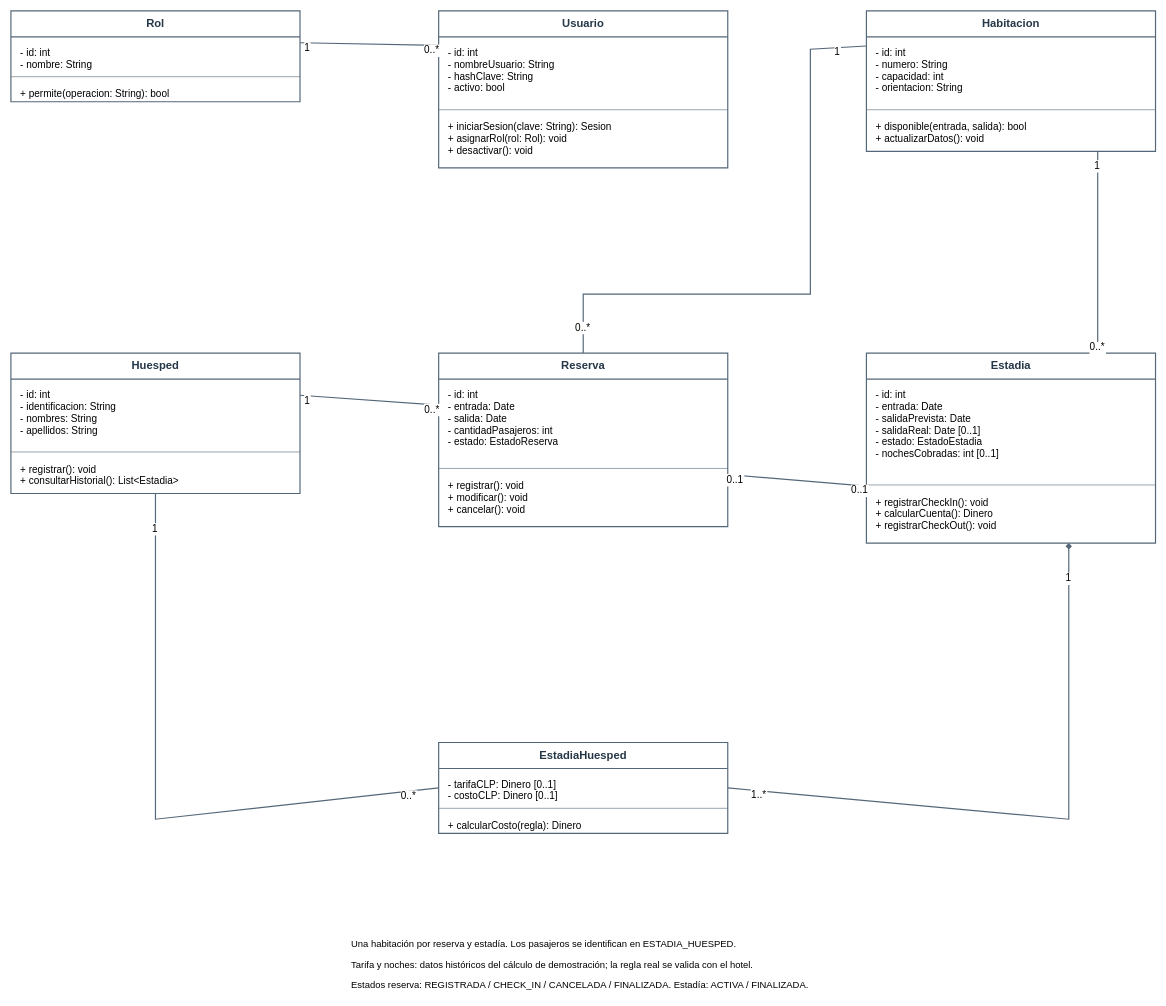
Yutre3/hotel-duerme-bien keeps this draw.io diagram as diagramas-editables/diagrama-de-clases.drawio. Above is the earlier version. Source tidied: cells renumbered, new cells numbered last; positions are measured from the earlier drawing's top-left corner, leaving out a move shared by most shapes. Both pictures are drawn from the tidied source at 59%, with x=0, y=0 at pixel (11, 11).
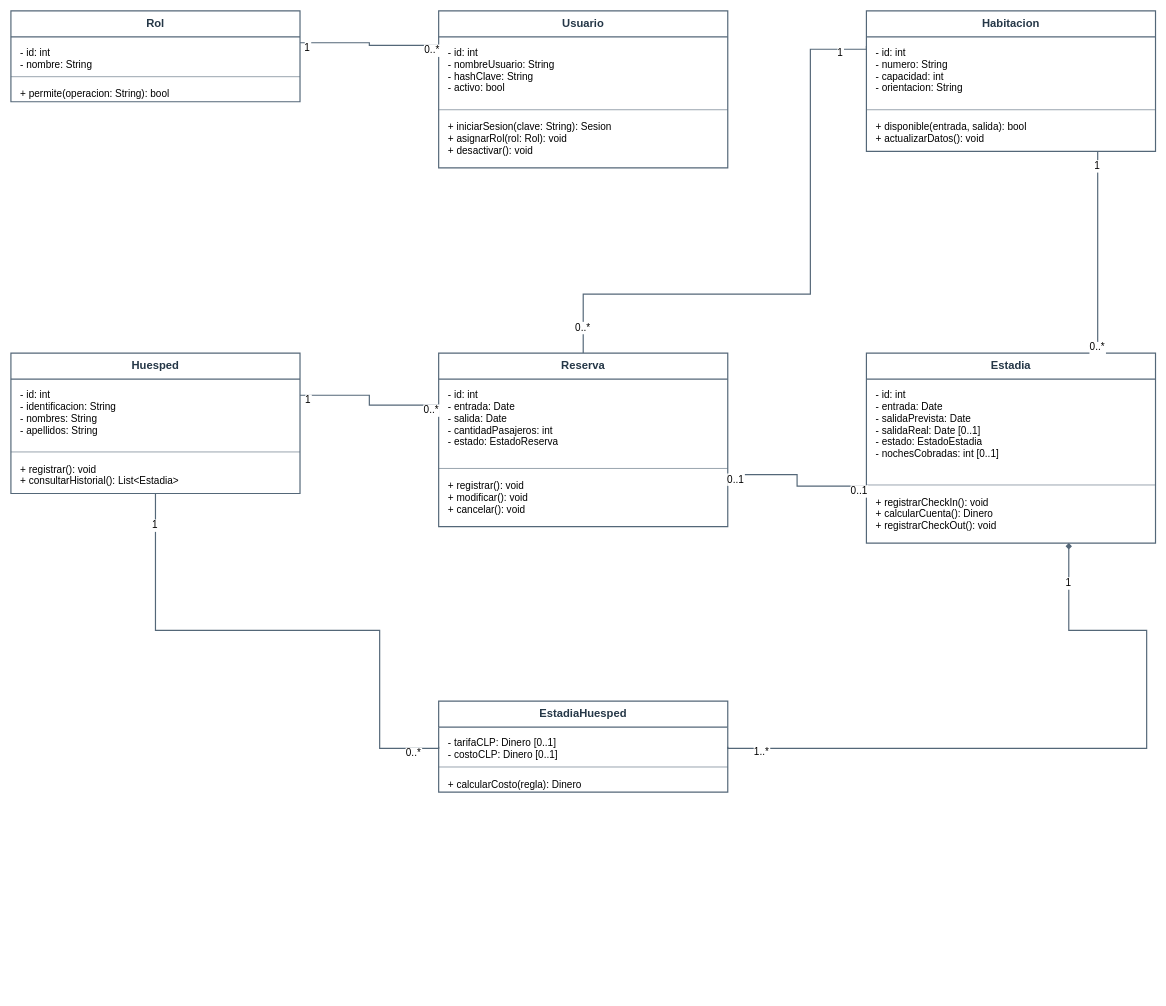
After the change.

Unchanged cells that the change refers to:
```xml
<mxCell id="2" value="Rol" style="shape=swimlane;startSize=44;horizontal=1;html=0;whiteSpace=wrap;strokeColor=#546778;strokeWidth=2;fillColor=#ffffff;fontColor=#253747;fontSize=19;fontStyle=1;" parent="1" vertex="1">
  <mxGeometry width="490" height="154" as="geometry" />
</mxCell>
<mxCell id="6" value="Usuario" style="shape=swimlane;startSize=44;horizontal=1;html=0;whiteSpace=wrap;strokeColor=#546778;strokeWidth=2;fillColor=#ffffff;fontColor=#253747;fontSize=19;fontStyle=1;" parent="1" vertex="1">
  <mxGeometry x="725" width="490" height="266" as="geometry" />
</mxCell>
<mxCell id="10" value="Habitacion" style="shape=swimlane;startSize=44;horizontal=1;html=0;whiteSpace=wrap;strokeColor=#546778;strokeWidth=2;fillColor=#ffffff;fontColor=#253747;fontSize=19;fontStyle=1;" parent="1" vertex="1">
  <mxGeometry x="1450" width="490" height="238" as="geometry" />
</mxCell>
<mxCell id="14" value="Huesped" style="shape=swimlane;startSize=44;horizontal=1;html=0;whiteSpace=wrap;strokeColor=#546778;strokeWidth=2;fillColor=#ffffff;fontColor=#253747;fontSize=19;fontStyle=1;" parent="1" vertex="1">
  <mxGeometry y="580" width="490" height="238" as="geometry" />
</mxCell>
<mxCell id="18" value="Reserva" style="shape=swimlane;startSize=44;horizontal=1;html=0;whiteSpace=wrap;strokeColor=#546778;strokeWidth=2;fillColor=#ffffff;fontColor=#253747;fontSize=19;fontStyle=1;" parent="1" vertex="1">
  <mxGeometry x="725" y="580" width="490" height="294" as="geometry" />
</mxCell>
<mxCell id="22" value="Estadia" style="shape=swimlane;startSize=44;horizontal=1;html=0;whiteSpace=wrap;strokeColor=#546778;strokeWidth=2;fillColor=#ffffff;fontColor=#253747;fontSize=19;fontStyle=1;" parent="1" vertex="1">
  <mxGeometry x="1450" y="580" width="490" height="322" as="geometry" />
</mxCell>
```

Diff of the diagram source:
```diff
@@
     <mxCell id="26" value="EstadiaHuesped" style="shape=swimlane;startSize=44;horizontal=1;html=0;whiteSpace=wrap;strokeColor=#546778;strokeWidth=2;fillColor=#ffffff;fontColor=#253747;fontSize=19;fontStyle=1;" parent="1" vertex="1">
-      <mxGeometry x="725" y="1240" width="490" height="154" as="geometry" />
+      <mxGeometry x="725" y="1170" width="490" height="154" as="geometry" />
     </mxCell>
@@
-    <mxCell id="30" style="html=0;edgeStyle=none;rounded=0;strokeWidth=2;strokeColor=#546778;fontSize=16;endArrow=none;endFill=0;startArrow=none;startFill=0;exitX=1;exitY=0.35;exitPerimeter=0;entryX=0;entryY=0.22;entryPerimeter=0;" parent="1" edge="1" source="2" target="6">
+    <mxCell id="30" style="html=0;edgeStyle=orthogonalEdgeStyle;jettySize=24;rounded=0;strokeWidth=2;strokeColor=#546778;fontSize=16;endArrow=none;endFill=0;startArrow=none;startFill=0;exitX=1;exitY=0.35;exitPerimeter=0;entryX=0;entryY=0.22;entryPerimeter=0;" parent="1" edge="1" source="2" target="6">
       <mxGeometry relative="1" as="geometry" />
     </mxCell>
@@
-    <mxCell id="33" style="html=0;edgeStyle=none;rounded=0;strokeWidth=2;strokeColor=#546778;fontSize=16;endArrow=none;endFill=0;startArrow=none;startFill=0;exitX=0.8;exitY=1;exitPerimeter=0;entryX=0.8;entryY=0;entryPerimeter=0;" parent="1" edge="1" source="10" target="22">
+    <mxCell id="33" style="html=0;edgeStyle=orthogonalEdgeStyle;jettySize=24;rounded=0;strokeWidth=2;strokeColor=#546778;fontSize=16;endArrow=none;endFill=0;startArrow=none;startFill=0;exitX=0.8;exitY=1;exitPerimeter=0;entryX=0.8;entryY=0;entryPerimeter=0;" parent="1" edge="1" source="10" target="22">
       <mxGeometry relative="1" as="geometry" />
     </mxCell>
@@
-    <mxCell id="36" style="html=0;edgeStyle=none;rounded=0;strokeWidth=2;strokeColor=#546778;fontSize=16;endArrow=none;endFill=0;startArrow=none;startFill=0;exitX=0;exitY=0.25;exitPerimeter=0;entryX=0.5;entryY=0;entryPerimeter=0;" parent="1" edge="1" source="10" target="18">
+    <mxCell id="36" style="html=0;edgeStyle=orthogonalEdgeStyle;jettySize=24;rounded=0;strokeWidth=2;strokeColor=#546778;fontSize=16;endArrow=none;endFill=0;startArrow=none;startFill=0;exitX=0;exitY=0.25;exitPerimeter=0;entryX=0.5;entryY=0;entryPerimeter=0;" parent="1" edge="1" source="10" target="18">
       <mxGeometry relative="1" as="geometry">
         <Array as="points">
           <mxPoint x="1355" y="65" />
           <mxPoint x="1355" y="480" />
           <mxPoint x="970" y="480" />
         </Array>
       </mxGeometry>
     </mxCell>
@@
-    <mxCell id="39" style="html=0;edgeStyle=none;rounded=0;strokeWidth=2;strokeColor=#546778;fontSize=16;endArrow=none;endFill=0;startArrow=none;startFill=0;exitX=1;exitY=0.3;exitPerimeter=0;entryX=0;entryY=0.3;entryPerimeter=0;" parent="1" edge="1" source="14" target="18">
+    <mxCell id="39" style="html=0;edgeStyle=orthogonalEdgeStyle;jettySize=24;rounded=0;strokeWidth=2;strokeColor=#546778;fontSize=16;endArrow=none;endFill=0;startArrow=none;startFill=0;exitX=1;exitY=0.3;exitPerimeter=0;entryX=0;entryY=0.3;entryPerimeter=0;" parent="1" edge="1" source="14" target="18">
       <mxGeometry relative="1" as="geometry" />
     </mxCell>
@@
-    <mxCell id="42" style="html=0;edgeStyle=none;rounded=0;strokeWidth=2;strokeColor=#546778;fontSize=16;endArrow=none;endFill=0;startArrow=none;startFill=0;exitX=1;exitY=0.7;exitPerimeter=0;entryX=0;entryY=0.7;entryPerimeter=0;" parent="1" edge="1" source="18" target="22">
+    <mxCell id="42" style="html=0;edgeStyle=orthogonalEdgeStyle;jettySize=24;rounded=0;strokeWidth=2;strokeColor=#546778;fontSize=16;endArrow=none;endFill=0;startArrow=none;startFill=0;exitX=1;exitY=0.7;exitPerimeter=0;entryX=0;entryY=0.7;entryPerimeter=0;" parent="1" edge="1" source="18" target="22">
       <mxGeometry relative="1" as="geometry" />
     </mxCell>
@@
-    <mxCell id="45" style="html=0;edgeStyle=none;rounded=0;strokeWidth=2;strokeColor=#546778;fontSize=16;endArrow=none;endFill=0;startArrow=none;startFill=0;exitX=0.5;exitY=1;exitPerimeter=0;entryX=0;entryY=0.5;entryPerimeter=0;" parent="1" edge="1" source="14" target="26">
+    <mxCell id="45" style="html=0;edgeStyle=orthogonalEdgeStyle;jettySize=24;rounded=0;strokeWidth=2;strokeColor=#546778;fontSize=16;endArrow=none;endFill=0;startArrow=none;startFill=0;exitX=0.5;exitY=1;exitPerimeter=0;entryX=0;entryY=0.5;entryPerimeter=0;" parent="1" edge="1" source="14" target="26">
       <mxGeometry relative="1" as="geometry">
         <Array as="points">
-          <mxPoint x="245" y="1370" />
+          <mxPoint x="245" y="1050" />
+          <mxPoint x="625" y="1050" />
+          <mxPoint x="625" y="1250" />
         </Array>
       </mxGeometry>
     </mxCell>
@@
-    <mxCell id="48" style="html=0;edgeStyle=none;rounded=0;strokeWidth=2;strokeColor=#546778;fontSize=16;endArrow=none;endFill=0;startArrow=diamond;startFill=1;exitX=0.7;exitY=1;exitPerimeter=0;entryX=1;entryY=0.5;entryPerimeter=0;" parent="1" edge="1" source="22" target="26">
+    <mxCell id="48" style="html=0;edgeStyle=orthogonalEdgeStyle;jettySize=24;rounded=0;strokeWidth=2;strokeColor=#546778;fontSize=16;endArrow=none;endFill=0;startArrow=diamond;startFill=1;exitX=0.7;exitY=1;exitPerimeter=0;entryX=1;entryY=0.5;entryPerimeter=0;" parent="1" edge="1" source="22" target="26">
       <mxGeometry relative="1" as="geometry">
         <Array as="points">
-          <mxPoint x="1793" y="1370" />
+          <mxPoint x="1793" y="1050" />
+          <mxPoint x="1925" y="1050" />
+          <mxPoint x="1925" y="1250" />
         </Array>
       </mxGeometry>
     </mxCell>
@@
-    <mxCell id="51" value="Una habitación por reserva y estadía. Los pasajeros se identifican en ESTADIA_HUESPED." style="text;html=0;strokeColor=none;fillColor=none;fontSize=16;" parent="1" vertex="1">
-      <mxGeometry x="575" y="1565" width="900" height="35" as="geometry" />
-    </mxCell>
-    <mxCell id="52" value="Tarifa y noches: datos históricos del cálculo de demostración; la regla real se valida con el hotel." style="text;html=0;strokeColor=none;fillColor=none;fontSize=16;" parent="1" vertex="1">
-      <mxGeometry x="575" y="1600" width="900" height="35" as="geometry" />
-    </mxCell>
-    <mxCell id="53" value="Estados reserva: REGISTRADA / CHECK_IN / CANCELADA / FINALIZADA. Estadía: ACTIVA / FINALIZADA." style="text;html=0;strokeColor=none;fillColor=none;fontSize=16;" parent="1" vertex="1">
-      <mxGeometry x="575" y="1635" width="900" height="35" as="geometry" />
-    </mxCell>
```
